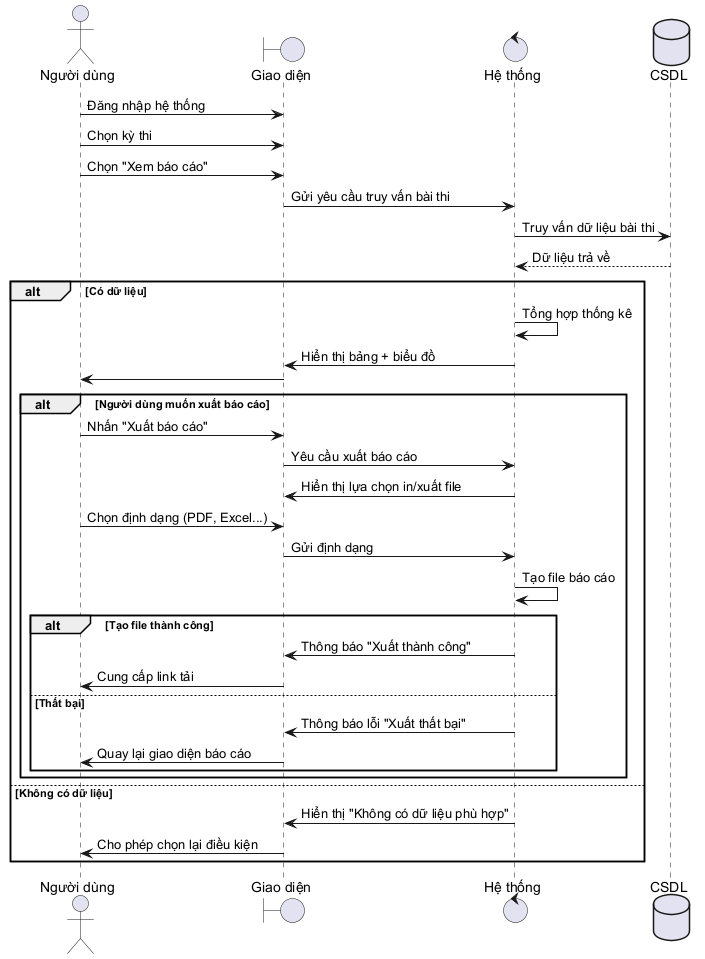
Before: Documents/draw/tuan-tu/bao-cao-thong-ke.png, a diagram exported from PlantUML (copecute/do-an-tot-nghiep).
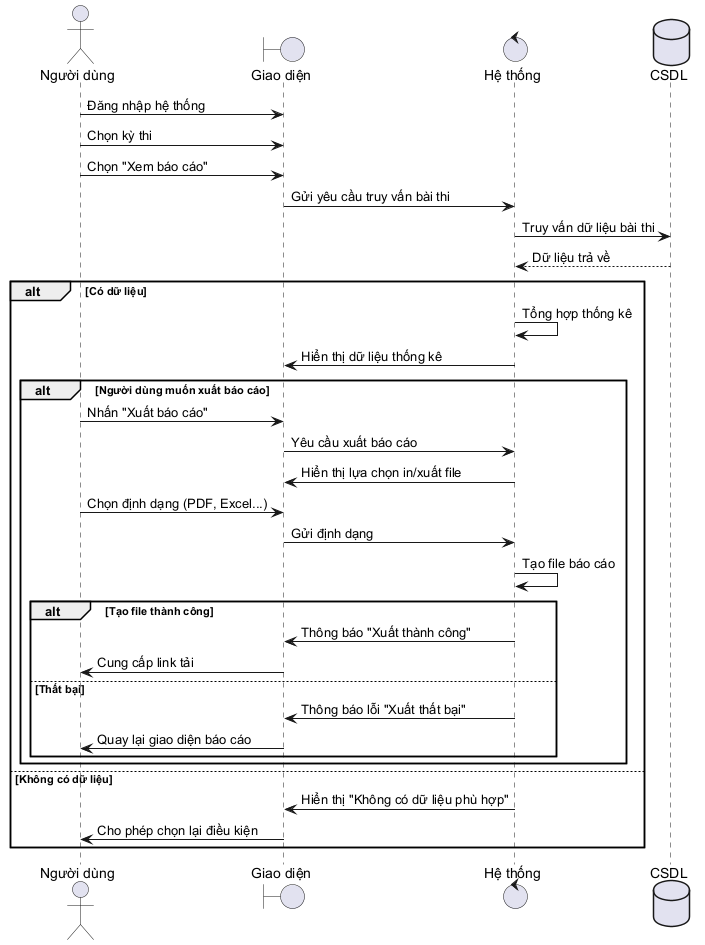
The same diagram one commit later.

What changed in the source:
```diff
@@ -13,8 +13,7 @@
 
 alt Có dữ liệu
     System -> System: Tổng hợp thống kê
-    System -> UI: Hiển thị bảng + biểu đồ
-    UI -> User
+    System -> UI: Hiển thị dữ liệu thống kê
 
     alt Người dùng muốn xuất báo cáo
         User -> UI: Nhấn "Xuất báo cáo"
```
